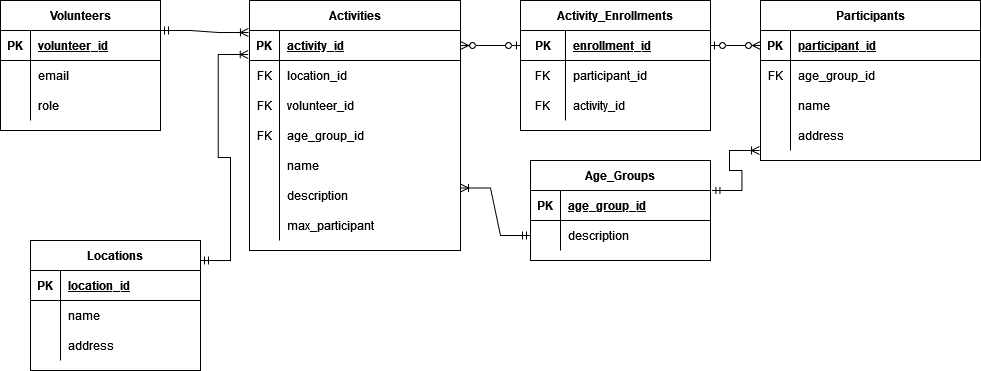
Above: 340.drawio.png in arse0039/340_db (draw.io), before the change. Source tidied: cells renumbered, new cells last; positions are measured from the earlier drawing's top-left corner, leaving out a move shared by most shapes.
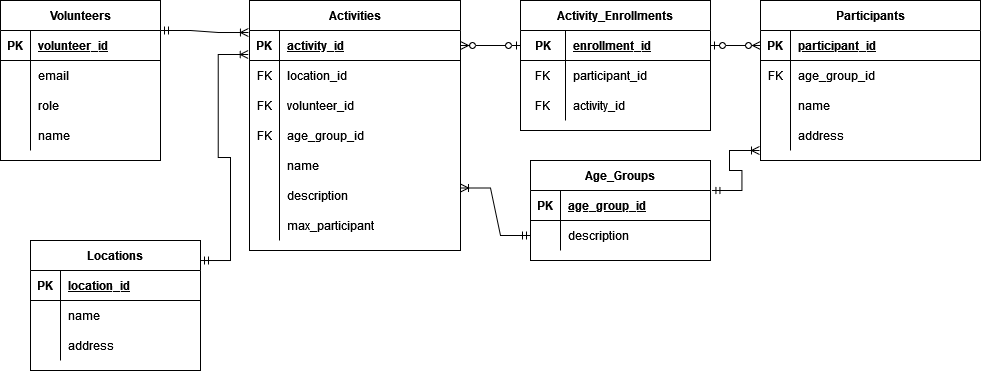
The same diagram one commit later.

Diff of the diagram source:
```diff
@@ -33,7 +33,7 @@
       <mxGeometry x="30" width="140" height="30" as="geometry" />
     </mxCell>
     <mxCell id="12" value="Volunteers" style="shape=table;startSize=30;rowLines=0;fontStyle=1;align=center;" parent="1" vertex="1">
-      <mxGeometry width="160" height="130" as="geometry" />
+      <mxGeometry width="160" height="160" as="geometry" />
     </mxCell>
     <mxCell id="13" style="shape=partialRectangle;fillColor=none;top=0;left=0;right=0;bottom=1;" parent="12" vertex="1">
       <mxGeometry y="30" width="160" height="30" as="geometry" />
@@ -62,6 +62,15 @@
     <mxCell id="21" value="role" style="shape=partialRectangle;overflow=hidden;fillColor=none;top=0;left=0;bottom=0;right=0;align=left;spacingLeft=6;" parent="19" vertex="1">
       <mxGeometry x="30" width="130" height="30" as="geometry" />
     </mxCell>
+    <mxCell id="80" style="shape=partialRectangle;fillColor=none;top=0;left=0;right=0;bottom=0;" parent="12" vertex="1">
+      <mxGeometry y="120" width="160" height="30" as="geometry" />
+    </mxCell>
+    <mxCell id="81" style="shape=partialRectangle;overflow=hidden;fillColor=none;top=0;left=0;bottom=0;right=0;" parent="80" vertex="1">
+      <mxGeometry width="30" height="30" as="geometry" />
+    </mxCell>
+    <mxCell id="82" value="name" style="shape=partialRectangle;overflow=hidden;fillColor=none;top=0;left=0;bottom=0;right=0;align=left;spacingLeft=6;" parent="80" vertex="1">
+      <mxGeometry x="30" width="130" height="30" as="geometry" />
+    </mxCell>
     <mxCell id="22" value="Age_Groups" style="shape=table;startSize=30;rowLines=0;fontStyle=1;align=center;" parent="1" vertex="1">
       <mxGeometry x="530" y="160" width="180" height="100" as="geometry" />
     </mxCell>
```
